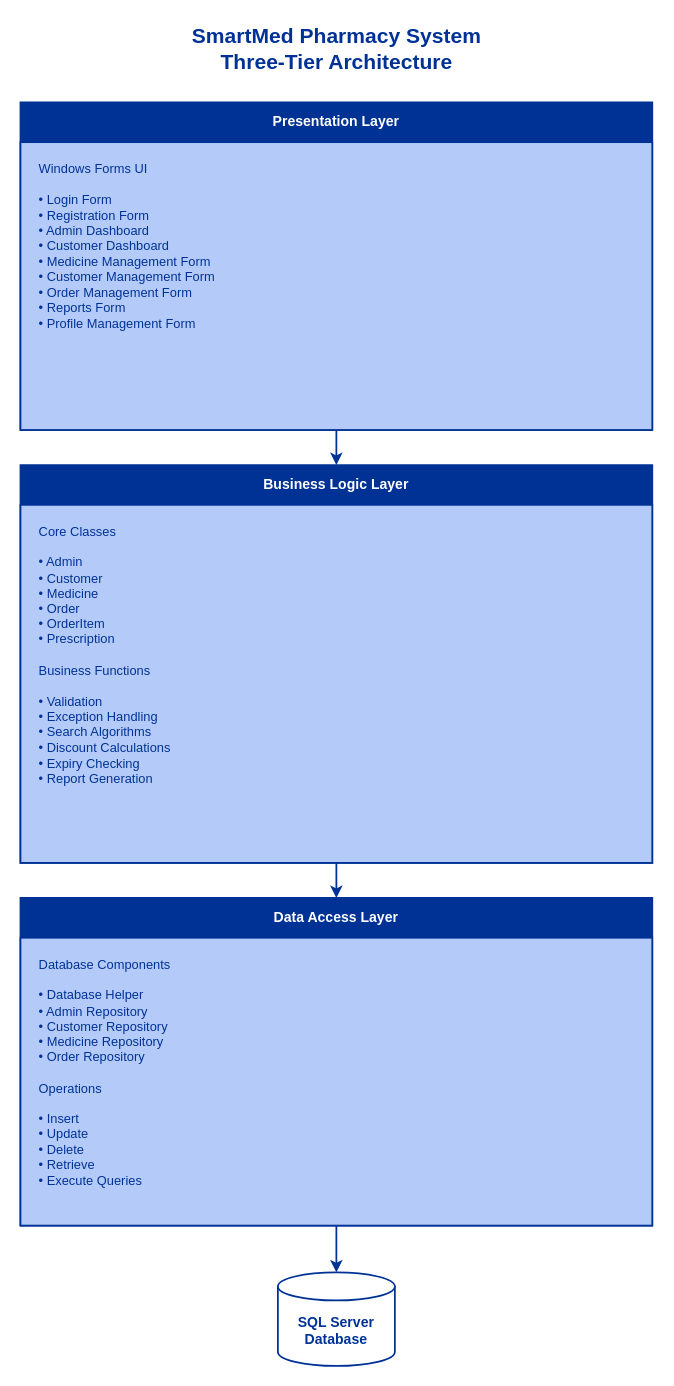
MNSBaanu/SmartMed keeps this draw.io diagram as Docs/Diagrams/Architecture.drawio. Above is the earlier version. Source tidied: cells renumbered, new cells numbered last; positions are measured from the earlier drawing's top-left corner, leaving out a move shared by most shapes. Both pictures are drawn from the tidied source at 117%, with x=0, y=0 at pixel (20, 20).
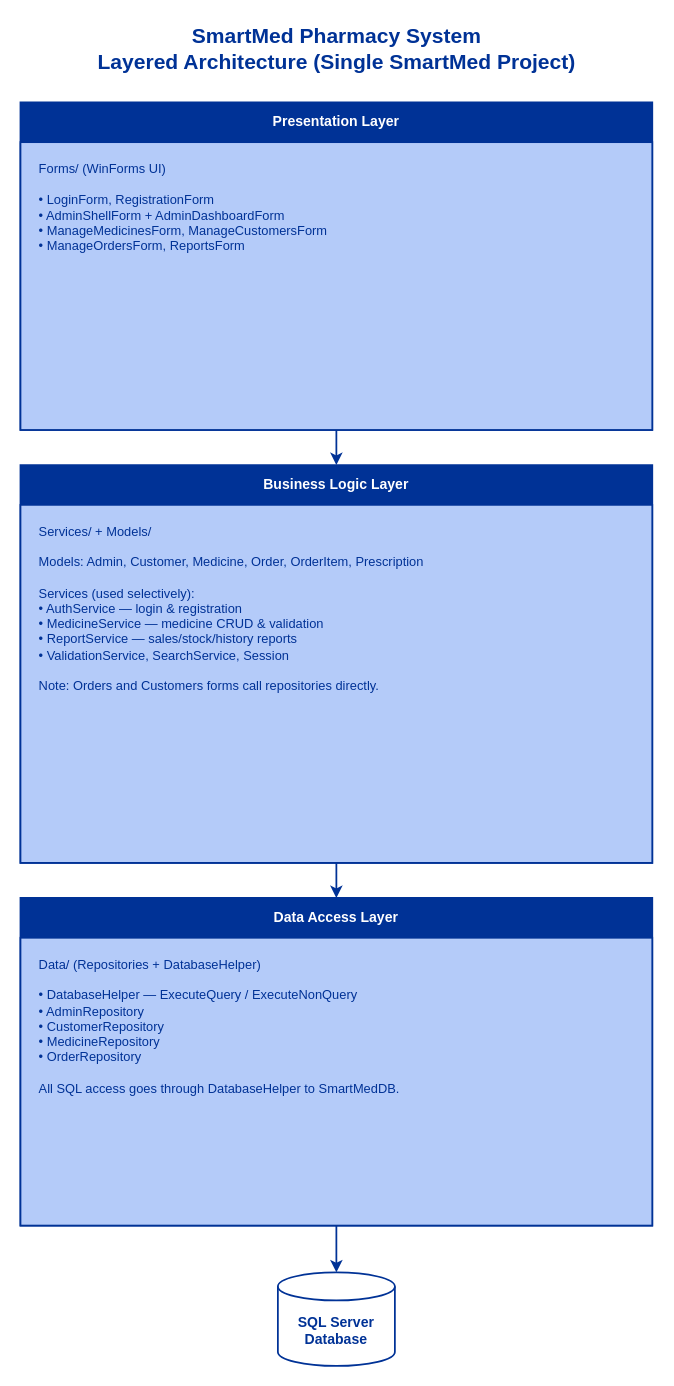
The same diagram, later.

Commit message (it also covers changes not shown here):
Update diagrams and fill_report.py for SmartMed project clarity and accuracy

Diff of the diagram source:
```diff
@@
 <mxGraphModel>
   <root>
     <mxCell id="0" />
     <mxCell id="1" parent="0" />
-    <mxCell id="2" value="SmartMed Pharmacy System&#10;Three-Tier Architecture" style="text;html=1;strokeColor=none;fillColor=none;align=center;verticalAlign=middle;fontFamily=Helvetica;fontColor=#003296;fontSize=18;fontStyle=1;" parent="1" vertex="1">
+    <mxCell id="2" value="SmartMed Pharmacy System&#10;Layered Architecture (Single SmartMed Project)" style="text;html=1;strokeColor=none;fillColor=none;align=center;verticalAlign=middle;fontFamily=Helvetica;fontColor=#003296;fontSize=18;fontStyle=1;" parent="1" vertex="1">
       <mxGeometry width="540" height="50" as="geometry" />
     </mxCell>
     <mxCell id="3" value="Presentation Layer" style="swimlane;fontStyle=1;horizontal=1;startSize=34;fillColor=#003296;fontColor=#ffffff;strokeColor=#003296;strokeWidth=1.5;html=1;whiteSpace=wrap;fontFamily=Helvetica;align=center;" parent="1" vertex="1">
       <mxGeometry y="70" width="540" height="280" as="geometry" />
     </mxCell>
-    <mxCell id="4" value="Windows Forms UI&#10;&#10;• Login Form&#10;• Registration Form&#10;• Admin Dashboard&#10;• Customer Dashboard&#10;• Medicine Management Form&#10;• Customer Management Form&#10;• Order Management Form&#10;• Reports Form&#10;• Profile Management Form" style="text;strokeColor=#003296;fillColor=#B4CBF9;align=left;verticalAlign=top;spacingLeft=14;spacingTop=10;fontFamily=Helvetica;fontColor=#003296;fontSize=11;html=1;whiteSpace=wrap;strokeWidth=1.5;" parent="3" vertex="1">
+    <mxCell id="4" value="Forms/ (WinForms UI)&#10;&#10;• LoginForm, RegistrationForm&#10;• AdminShellForm + AdminDashboardForm&#10;• ManageMedicinesForm, ManageCustomersForm&#10;• ManageOrdersForm, ReportsForm" style="text;strokeColor=#003296;fillColor=#B4CBF9;align=left;verticalAlign=top;spacingLeft=14;spacingTop=10;fontFamily=Helvetica;fontColor=#003296;fontSize=11;html=1;whiteSpace=wrap;strokeWidth=1.5;" parent="3" vertex="1">
       <mxGeometry y="34" width="540" height="246" as="geometry" />
     </mxCell>
     <mxCell id="5" style="endArrow=classic;html=1;strokeColor=#003296;strokeWidth=1.5;fontFamily=Helvetica;exitX=0.5;exitY=1;exitDx=0;exitDy=0;entryX=0.5;entryY=0;entryDx=0;entryDy=0;" parent="1" edge="1" source="3" target="6">
       <mxGeometry relative="1" as="geometry" />
     </mxCell>
     <mxCell id="6" value="Business Logic Layer" style="swimlane;fontStyle=1;horizontal=1;startSize=34;fillColor=#003296;fontColor=#ffffff;strokeColor=#003296;strokeWidth=1.5;html=1;whiteSpace=wrap;fontFamily=Helvetica;align=center;" parent="1" vertex="1">
       <mxGeometry y="380" width="540" height="340" as="geometry" />
     </mxCell>
-    <mxCell id="7" value="Core Classes&#10;&#10;• Admin&#10;• Customer&#10;• Medicine&#10;• Order&#10;• OrderItem&#10;• Prescription&#10;&#10;Business Functions&#10;&#10;• Validation&#10;• Exception Handling&#10;• Search Algorithms&#10;• Discount Calculations&#10;• Expiry Checking&#10;• Report Generation" style="text;strokeColor=#003296;fillColor=#B4CBF9;align=left;verticalAlign=top;spacingLeft=14;spacingTop=10;fontFamily=Helvetica;fontColor=#003296;fontSize=11;html=1;whiteSpace=wrap;strokeWidth=1.5;" parent="6" vertex="1">
+    <mxCell id="7" value="Services/ + Models/&#10;&#10;Models: Admin, Customer, Medicine, Order, OrderItem, Prescription&#10;&#10;Services (used selectively):&#10;• AuthService — login &amp; registration&#10;• MedicineService — medicine CRUD &amp; validation&#10;• ReportService — sales/stock/history reports&#10;• ValidationService, SearchService, Session&#10;&#10;Note: Orders and Customers forms call repositories directly." style="text;strokeColor=#003296;fillColor=#B4CBF9;align=left;verticalAlign=top;spacingLeft=14;spacingTop=10;fontFamily=Helvetica;fontColor=#003296;fontSize=11;html=1;whiteSpace=wrap;strokeWidth=1.5;" parent="6" vertex="1">
       <mxGeometry y="34" width="540" height="306" as="geometry" />
     </mxCell>
     <mxCell id="8" style="endArrow=classic;html=1;strokeColor=#003296;strokeWidth=1.5;fontFamily=Helvetica;exitX=0.5;exitY=1;exitDx=0;exitDy=0;entryX=0.5;entryY=0;entryDx=0;entryDy=0;" parent="1" edge="1" source="6" target="9">
       <mxGeometry relative="1" as="geometry" />
     </mxCell>
     <mxCell id="9" value="Data Access Layer" style="swimlane;fontStyle=1;horizontal=1;startSize=34;fillColor=#003296;fontColor=#ffffff;strokeColor=#003296;strokeWidth=1.5;html=1;whiteSpace=wrap;fontFamily=Helvetica;align=center;" parent="1" vertex="1">
       <mxGeometry y="750" width="540" height="280" as="geometry" />
     </mxCell>
-    <mxCell id="10" value="Database Components&#10;&#10;• Database Helper&#10;• Admin Repository&#10;• Customer Repository&#10;• Medicine Repository&#10;• Order Repository&#10;&#10;Operations&#10;&#10;• Insert&#10;• Update&#10;• Delete&#10;• Retrieve&#10;• Execute Queries" style="text;strokeColor=#003296;fillColor=#B4CBF9;align=left;verticalAlign=top;spacingLeft=14;spacingTop=10;fontFamily=Helvetica;fontColor=#003296;fontSize=11;html=1;whiteSpace=wrap;strokeWidth=1.5;" parent="9" vertex="1">
+    <mxCell id="10" value="Data/ (Repositories + DatabaseHelper)&#10;&#10;• DatabaseHelper — ExecuteQuery / ExecuteNonQuery&#10;• AdminRepository&#10;• CustomerRepository&#10;• MedicineRepository&#10;• OrderRepository&#10;&#10;All SQL access goes through DatabaseHelper to SmartMedDB." style="text;strokeColor=#003296;fillColor=#B4CBF9;align=left;verticalAlign=top;spacingLeft=14;spacingTop=10;fontFamily=Helvetica;fontColor=#003296;fontSize=11;html=1;whiteSpace=wrap;strokeWidth=1.5;" parent="9" vertex="1">
       <mxGeometry y="34" width="540" height="246" as="geometry" />
     </mxCell>
     <mxCell id="11" style="endArrow=classic;html=1;strokeColor=#003296;strokeWidth=1.5;fontFamily=Helvetica;exitX=0.5;exitY=1;exitDx=0;exitDy=0;entryX=0.5;entryY=0;entryDx=0;entryDy=0;entryPerimeter=0;" parent="1" edge="1" source="9" target="12">
       <mxGeometry relative="1" as="geometry" />
     </mxCell>
     <mxCell id="12" value="SQL Server&#10;Database" style="shape=cylinder3;whiteSpace=wrap;html=1;boundedLbl=1;backgroundOutline=1;size=12;fillColor=#ffffff;strokeColor=#003296;fontColor=#003296;fontSize=12;fontStyle=1;fontFamily=Helvetica;strokeWidth=1.5;" parent="1" vertex="1">
       <mxGeometry x="220" y="1070" width="100" height="80" as="geometry" />
     </mxCell>
   </root>
 </mxGraphModel>
```
